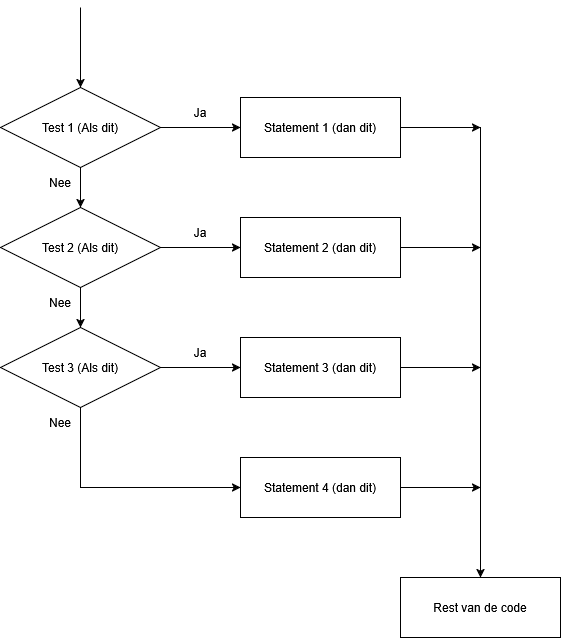
The draw.io diagram img/h4.1.png in JoostvanTiel/NLT-Robotica-HAVO, before a commit. Source tidied: cells renumbered, new cells last; positions are measured from the earlier drawing's top-left corner, leaving out a move shared by most shapes.
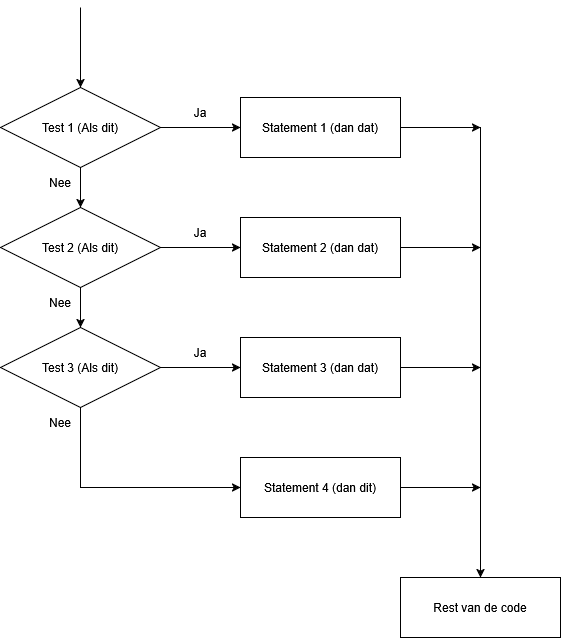
After the change.

Change to the diagram source:
```diff
@@ -21,7 +21,7 @@
         <mxPoint x="480" y="120" as="targetPoint" />
       </mxGeometry>
     </mxCell>
-    <mxCell id="7" value="Statement 1 (dan dit)" style="rounded=0;whiteSpace=wrap;html=1;" parent="1" vertex="1">
+    <mxCell id="7" value="Statement 1 (dan dat)" style="rounded=0;whiteSpace=wrap;html=1;" parent="1" vertex="1">
       <mxGeometry x="240" y="90" width="160" height="60" as="geometry" />
     </mxCell>
     <mxCell id="8" style="edgeStyle=orthogonalEdgeStyle;rounded=0;jettySize=auto;html=1;exitX=1;exitY=0.5;exitDx=0;exitDy=0;entryX=0;entryY=0.5;entryDx=0;entryDy=0;" parent="1" edge="1" source="10" target="12">
@@ -40,7 +40,7 @@
         <mxPoint x="480" y="240" as="targetPoint" />
       </mxGeometry>
     </mxCell>
-    <mxCell id="12" value="&lt;br&gt;&lt;div&gt;Statement 2 (dan dit)&lt;/div&gt;&lt;div&gt;&lt;br&gt;&lt;/div&gt;" style="rounded=0;whiteSpace=wrap;html=1;" parent="1" vertex="1">
+    <mxCell id="12" value="&lt;br&gt;&lt;div&gt;Statement 2 (dan dat)&lt;/div&gt;&lt;div&gt;&lt;br&gt;&lt;/div&gt;" style="rounded=0;whiteSpace=wrap;html=1;" parent="1" vertex="1">
       <mxGeometry x="240" y="210" width="160" height="60" as="geometry" />
     </mxCell>
     <mxCell id="13" style="edgeStyle=orthogonalEdgeStyle;rounded=0;jettySize=auto;html=1;exitX=1;exitY=0.5;exitDx=0;exitDy=0;entryX=0;entryY=0.5;entryDx=0;entryDy=0;" parent="1" edge="1" source="15" target="17">
@@ -57,7 +57,7 @@
         <mxPoint x="480" y="360" as="targetPoint" />
       </mxGeometry>
     </mxCell>
-    <mxCell id="17" value="Statement 3 (dan dit)" style="rounded=0;whiteSpace=wrap;html=1;" parent="1" vertex="1">
+    <mxCell id="17" value="Statement 3 (dan dat)" style="rounded=0;whiteSpace=wrap;html=1;" parent="1" vertex="1">
       <mxGeometry x="240" y="330" width="160" height="60" as="geometry" />
     </mxCell>
     <mxCell id="18" style="edgeStyle=orthogonalEdgeStyle;rounded=0;jettySize=auto;html=1;" parent="1" edge="1" source="19">
```
